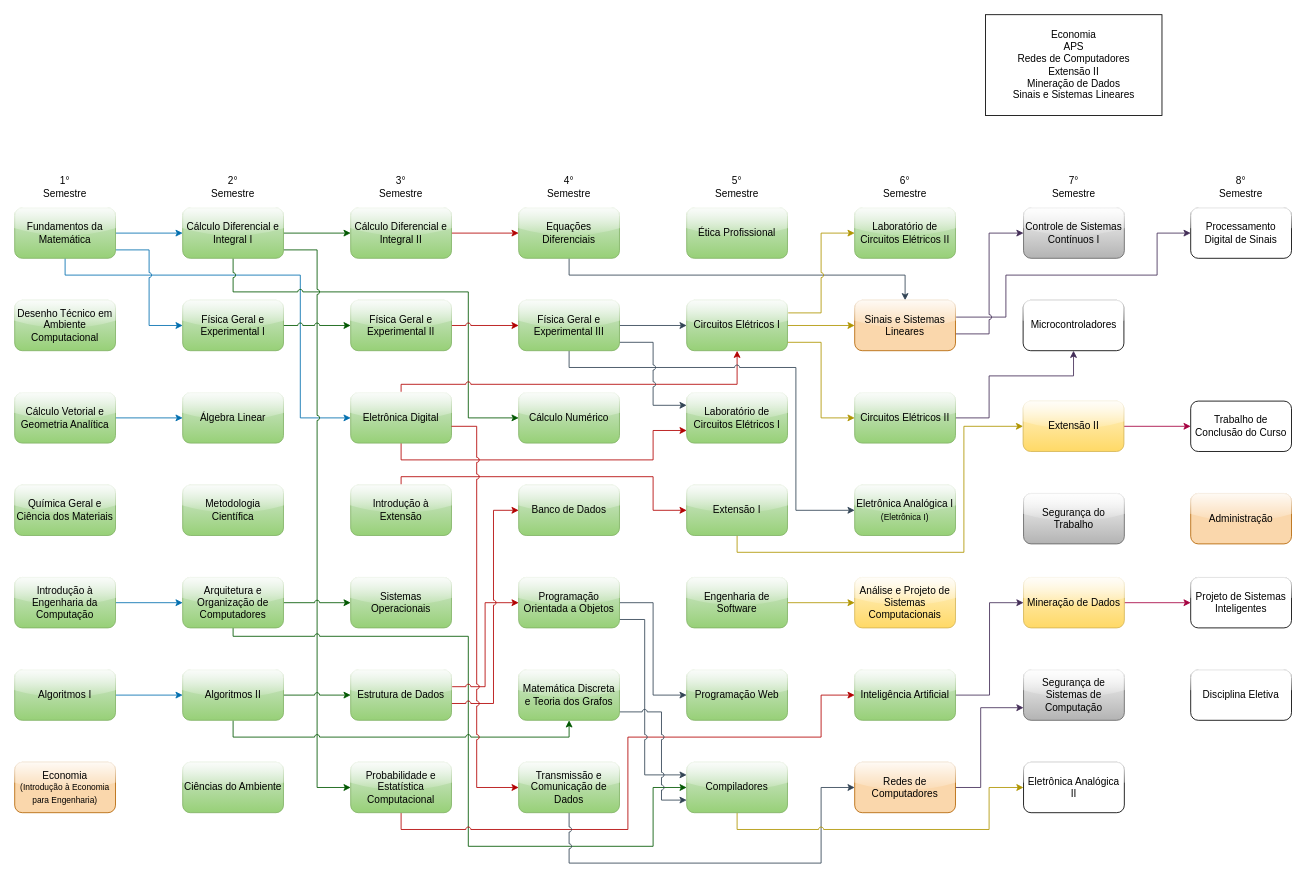
The draw.io diagram fluxograma-disciplinas.drawio in mateus-s-a/IFMT_Eng_Computacao, before the edit. Source tidied: cells renumbered, new cells numbered last; positions are measured from the earlier drawing's top-left corner, leaving out a move shared by most shapes. Both pictures are drawn from the tidied source at 84%, with x=0, y=0 at pixel (14, 14).
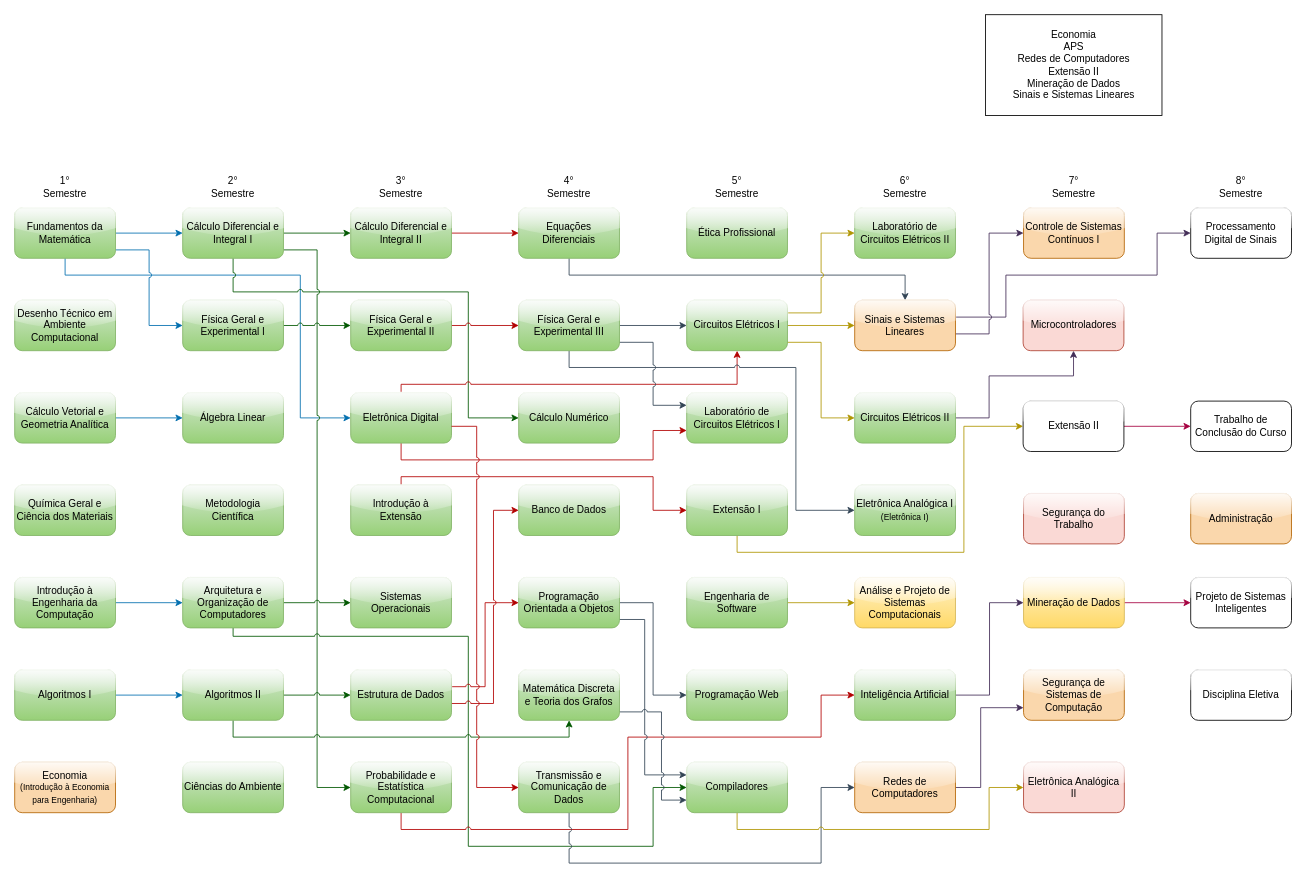
Above is the later version.

Unchanged cells that the change refers to:
```xml
<mxCell id="100" style="group;" parent="1" vertex="1">
  <mxGeometry x="1200.5" y="190" width="120.5" height="760" as="geometry" />
</mxCell>
```

The edit, as a diff of the source:
```diff
@@
-    <mxCell id="101" value="Controle de Sistemas Contínuos I" style="rounded=1;whiteSpace=wrap;html=1;glass=1;fillColor=#f5f5f5;strokeColor=#666666;gradientColor=#b3b3b3;" parent="100" vertex="1">
+    <mxCell id="101" value="Controle de Sistemas Contínuos I" style="rounded=1;whiteSpace=wrap;html=1;glass=1;fillColor=#fad7ac;strokeColor=#b46504;" parent="100" vertex="1">
       <mxGeometry x="0.5" y="40" width="120" height="60" as="geometry" />
     </mxCell>
-    <mxCell id="102" value="Microcontroladores" style="rounded=1;whiteSpace=wrap;html=1;glass=1;" parent="100" vertex="1">
+    <mxCell id="102" value="Microcontroladores" style="rounded=1;whiteSpace=wrap;html=1;glass=1;fillColor=#fad9d5;strokeColor=#ae4132;" parent="100" vertex="1">
       <mxGeometry y="150" width="120" height="60" as="geometry" />
     </mxCell>
-    <mxCell id="103" value="Extensão II" style="rounded=1;whiteSpace=wrap;html=1;glass=1;fillColor=#fff2cc;gradientColor=#ffd966;strokeColor=#d6b656;" parent="100" vertex="1">
+    <mxCell id="103" value="Extensão II" style="rounded=1;whiteSpace=wrap;html=1;glass=1;" parent="100" vertex="1">
       <mxGeometry y="270" width="120" height="60" as="geometry" />
     </mxCell>
-    <mxCell id="104" value="Segurança do Trabalho" style="rounded=1;whiteSpace=wrap;html=1;glass=1;fillColor=#f5f5f5;gradientColor=#b3b3b3;strokeColor=#666666;" parent="100" vertex="1">
+    <mxCell id="104" value="Segurança do Trabalho" style="rounded=1;whiteSpace=wrap;html=1;glass=1;fillColor=#fad9d5;strokeColor=#ae4132;" parent="100" vertex="1">
       <mxGeometry x="0.5" y="380" width="120" height="60" as="geometry" />
     </mxCell>
@@
-    <mxCell id="106" value="Segurança de Sistemas de Computação" style="rounded=1;whiteSpace=wrap;html=1;glass=1;fillColor=#f5f5f5;gradientColor=#b3b3b3;strokeColor=#666666;" parent="100" vertex="1">
+    <mxCell id="106" value="Segurança de Sistemas de Computação" style="rounded=1;whiteSpace=wrap;html=1;glass=1;fillColor=#fad7ac;strokeColor=#b46504;" parent="100" vertex="1">
       <mxGeometry x="0.5" y="590" width="120" height="60" as="geometry" />
     </mxCell>
-    <mxCell id="107" value="Eletrônica Analógica II" style="rounded=1;whiteSpace=wrap;html=1;glass=1;" parent="100" vertex="1">
+    <mxCell id="107" value="Eletrônica Analógica II" style="rounded=1;whiteSpace=wrap;html=1;glass=1;fillColor=#fad9d5;strokeColor=#ae4132;" parent="100" vertex="1">
       <mxGeometry x="0.5" y="700" width="120" height="60" as="geometry" />
     </mxCell>
```
